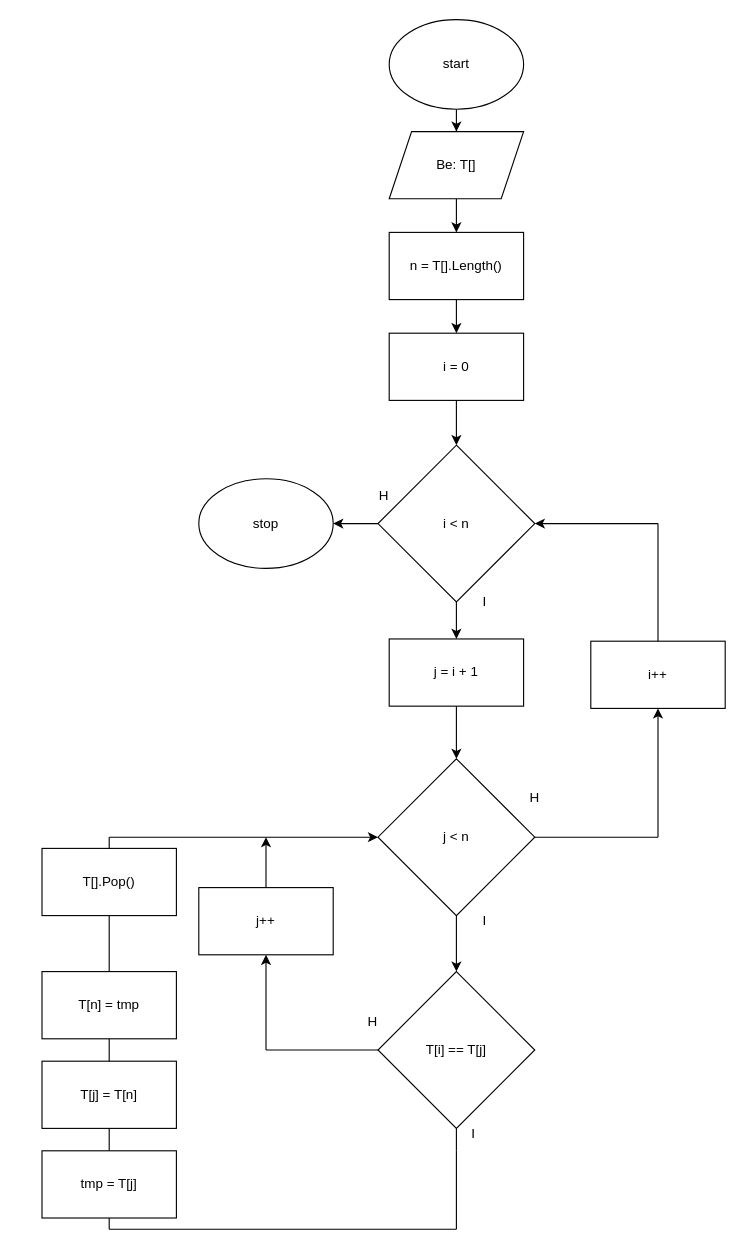
Before: Szabdan/Ikt/Algoritmus visszafejtés/Leadandó/Számok szűrése.drawio in miskolczilevente/2024-25, a draw.io diagram. Source tidied: cells renumbered, new cells numbered last; positions are measured from the earlier drawing's top-left corner, leaving out a move shared by most shapes. Both pictures are drawn from the tidied source at 112%, with x=0, y=0 at pixel (41, 19).
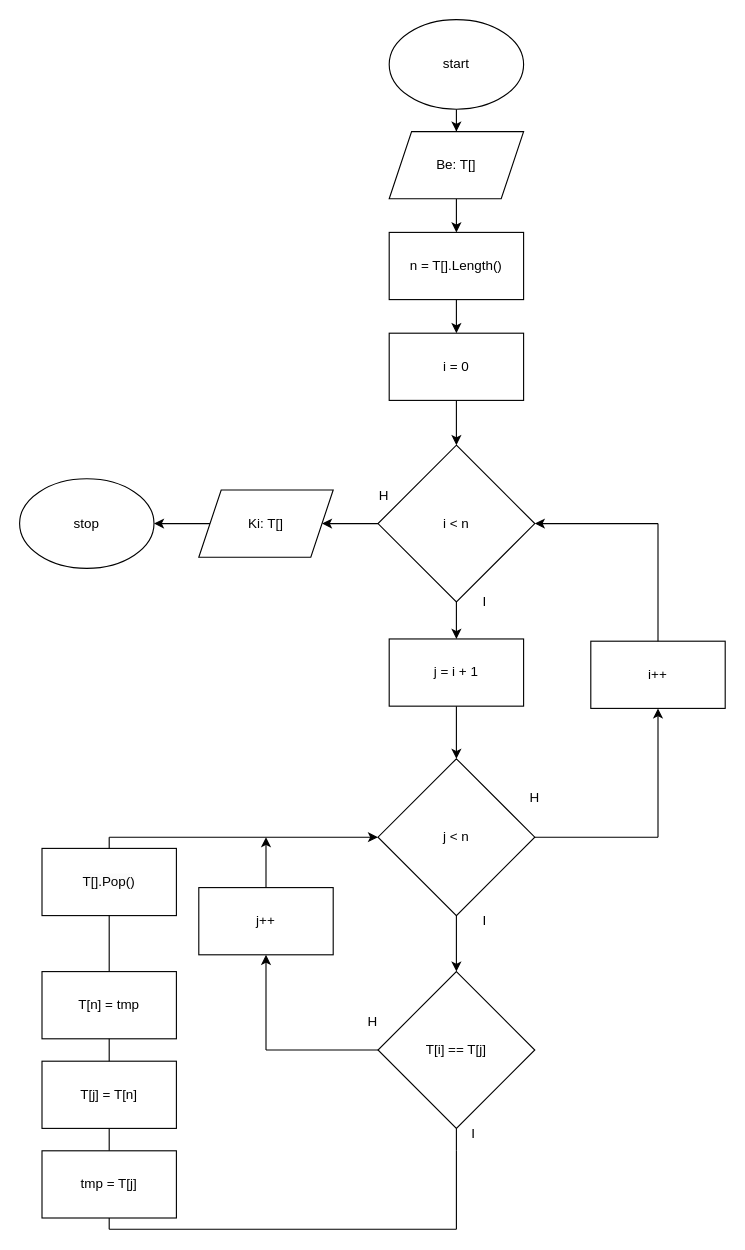
After the change.

Unchanged cells that the change refers to:
```xml
<mxCell id="12" value="i &amp;lt; n" style="rhombus;whiteSpace=wrap;html=1;" parent="1" vertex="1">
  <mxGeometry x="300" y="380" width="140" height="140" as="geometry" />
</mxCell>
```

Diff of the diagram source:
```diff
@@
-    <mxCell id="10" style="edgeStyle=orthogonalEdgeStyle;rounded=0;jettySize=auto;html=1;" parent="1" edge="1" source="12" target="13">
-      <mxGeometry relative="1" as="geometry" />
-    </mxCell>
@@
+    <mxCell id="46" style="edgeStyle=orthogonalEdgeStyle;rounded=0;jettySize=auto;html=1;entryX=1;entryY=0.5;entryDx=0;entryDy=0;" parent="1" edge="1" source="12" target="48">
+      <mxGeometry relative="1" as="geometry" />
+    </mxCell>
@@
     <mxCell id="13" value="stop" style="ellipse;whiteSpace=wrap;html=1;" parent="1" vertex="1">
-      <mxGeometry x="140" y="410" width="120" height="80" as="geometry" />
+      <mxGeometry x="-20" y="410" width="120" height="80" as="geometry" />
     </mxCell>
@@
+    <mxCell id="47" style="edgeStyle=orthogonalEdgeStyle;rounded=0;jettySize=auto;html=1;exitX=0;exitY=0.5;exitDx=0;exitDy=0;" parent="1" edge="1" source="48" target="13">
+      <mxGeometry relative="1" as="geometry" />
+    </mxCell>
+    <mxCell id="48" value="Ki: T[]" style="shape=parallelogram;perimeter=parallelogramPerimeter;whiteSpace=wrap;html=1;fixedSize=1;" parent="1" vertex="1">
+      <mxGeometry x="140" y="420" width="120" height="60" as="geometry" />
+    </mxCell>
```
